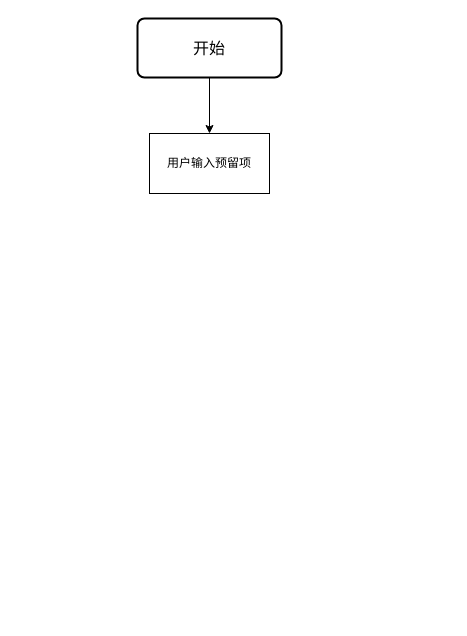
wangzihan963/hello-little-white keeps this draw.io diagram as 未命名绘图.drawio. Above is the earlier version. Source tidied: cells renumbered, new cells numbered last; positions are measured from the earlier drawing's top-left corner, leaving out a move shared by most shapes. Both pictures are drawn from the tidied source at 100%, with x=0, y=0 at pixel (137, 18).
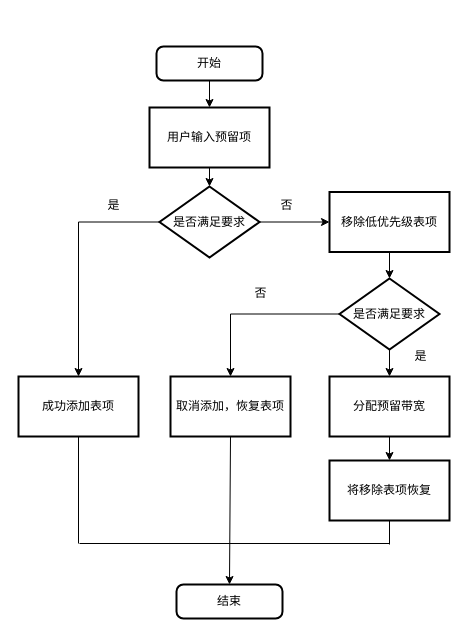
After the change.

Diff of the diagram source:
```diff
@@
-    <mxCell id="2" value="&lt;font style=&quot;font-size: 16px;&quot;&gt;开始&lt;/font&gt;" style="rounded=1;whiteSpace=wrap;html=1;absoluteArcSize=1;arcSize=14;strokeWidth=2;" parent="1" vertex="1">
-      <mxGeometry width="144" height="59" as="geometry" />
+    <mxCell id="2" value="&lt;font style=&quot;font-size: 12px;&quot;&gt;开始&lt;/font&gt;" style="rounded=1;whiteSpace=wrap;html=1;absoluteArcSize=1;arcSize=14;strokeWidth=2;" parent="1" vertex="1">
+      <mxGeometry x="19" y="28" width="106" height="34" as="geometry" />
     </mxCell>
-    <mxCell id="3" value="用户输入预留项" style="rounded=0;whiteSpace=wrap;html=1;" parent="1" vertex="1">
-      <mxGeometry x="12" y="115" width="120" height="60" as="geometry" />
+    <mxCell id="3" value="用户输入预留项" style="rounded=0;whiteSpace=wrap;html=1;strokeWidth=2;" parent="1" vertex="1">
+      <mxGeometry x="12" y="89" width="120" height="60" as="geometry" />
     </mxCell>
@@
+    <mxCell id="5" style="edgeStyle=orthogonalEdgeStyle;rounded=0;jettySize=auto;html=1;" parent="1" edge="1" source="7" target="10">
+      <mxGeometry relative="1" as="geometry" />
+    </mxCell>
+    <mxCell id="6" style="edgeStyle=orthogonalEdgeStyle;rounded=0;jettySize=auto;html=1;" parent="1" edge="1" source="7" target="15">
+      <mxGeometry relative="1" as="geometry" />
+    </mxCell>
+    <mxCell id="7" value="是否满足要求" style="strokeWidth=2;html=1;shape=mxgraph.flowchart.decision;whiteSpace=wrap;" parent="1" vertex="1">
+      <mxGeometry x="22" y="168" width="100" height="71" as="geometry" />
+    </mxCell>
+    <mxCell id="8" style="endArrow=classic;html=1;rounded=0;exitX=0.5;exitY=1;exitDx=0;exitDy=0;entryX=0.5;entryY=0;entryDx=0;entryDy=0;entryPerimeter=0;" parent="1" edge="1" source="3" target="7">
+      <mxGeometry relative="1" as="geometry" />
+    </mxCell>
+    <mxCell id="9" style="edgeStyle=orthogonalEdgeStyle;rounded=0;jettySize=auto;html=1;" parent="1" edge="1" source="10" target="14">
+      <mxGeometry relative="1" as="geometry" />
+    </mxCell>
+    <mxCell id="10" value="移除低优先级表项" style="whiteSpace=wrap;html=1;strokeWidth=2;" parent="1" vertex="1">
+      <mxGeometry x="192" y="173.5" width="120" height="60" as="geometry" />
+    </mxCell>
+    <mxCell id="11" value="否" style="text;html=1;align=center;verticalAlign=middle;strokeColor=none;fillColor=none;" parent="1" vertex="1">
+      <mxGeometry x="134" y="173.5" width="30" height="26" as="geometry" />
+    </mxCell>
+    <mxCell id="12" style="edgeStyle=orthogonalEdgeStyle;rounded=0;jettySize=auto;html=1;" parent="1" edge="1" source="14" target="18">
+      <mxGeometry relative="1" as="geometry" />
+    </mxCell>
+    <mxCell id="13" style="edgeStyle=orthogonalEdgeStyle;rounded=0;jettySize=auto;html=1;" parent="1" edge="1" source="14" target="21">
+      <mxGeometry relative="1" as="geometry" />
+    </mxCell>
+    <mxCell id="14" value="是否满足要求" style="rhombus;whiteSpace=wrap;html=1;strokeWidth=2;" parent="1" vertex="1">
+      <mxGeometry x="202" y="260" width="100" height="71" as="geometry" />
+    </mxCell>
+    <mxCell id="15" value="成功添加表项" style="whiteSpace=wrap;html=1;strokeWidth=2;" parent="1" vertex="1">
+      <mxGeometry x="-119" y="358" width="120" height="60" as="geometry" />
+    </mxCell>
+    <mxCell id="16" value="是" style="text;html=1;align=center;verticalAlign=middle;strokeColor=none;fillColor=none;" parent="1" vertex="1">
+      <mxGeometry x="-39" y="173.5" width="30" height="26" as="geometry" />
+    </mxCell>
+    <mxCell id="17" style="edgeStyle=orthogonalEdgeStyle;rounded=0;jettySize=auto;html=1;" parent="1" edge="1" source="18" target="19">
+      <mxGeometry relative="1" as="geometry" />
+    </mxCell>
+    <mxCell id="18" value="分配预留带宽" style="whiteSpace=wrap;html=1;strokeWidth=2;" parent="1" vertex="1">
+      <mxGeometry x="192" y="358" width="120" height="60" as="geometry" />
+    </mxCell>
+    <mxCell id="19" value="将移除表项恢复" style="whiteSpace=wrap;html=1;strokeWidth=2;" parent="1" vertex="1">
+      <mxGeometry x="192" y="442" width="120" height="60" as="geometry" />
+    </mxCell>
+    <mxCell id="20" value="是" style="text;html=1;align=center;verticalAlign=middle;strokeColor=none;fillColor=none;" parent="1" vertex="1">
+      <mxGeometry x="268" y="325" width="30" height="26" as="geometry" />
+    </mxCell>
+    <mxCell id="21" value="取消添加，恢复表项" style="whiteSpace=wrap;html=1;strokeWidth=2;" parent="1" vertex="1">
+      <mxGeometry x="33" y="358" width="120" height="60" as="geometry" />
+    </mxCell>
+    <mxCell id="22" value="否" style="text;html=1;align=center;verticalAlign=middle;strokeColor=none;fillColor=none;" parent="1" vertex="1">
+      <mxGeometry x="108" y="262" width="30" height="26" as="geometry" />
+    </mxCell>
+    <mxCell id="23" style="endArrow=none;html=1;rounded=0;exitX=0.5;exitY=1;exitDx=0;exitDy=0;" parent="1" edge="1" source="15">
+      <mxGeometry relative="1" as="geometry">
+        <mxPoint x="-59" y="525" as="targetPoint" />
+      </mxGeometry>
+    </mxCell>
+    <mxCell id="24" style="endArrow=none;html=1;rounded=0;exitX=0.5;exitY=1;exitDx=0;exitDy=0;" parent="1" edge="1" source="19">
+      <mxGeometry relative="1" as="geometry">
+        <mxPoint x="252" y="526" as="targetPoint" />
+      </mxGeometry>
+    </mxCell>
+    <mxCell id="25" style="endArrow=none;html=1;rounded=0;" parent="1" edge="1">
+      <mxGeometry relative="1" as="geometry">
+        <mxPoint x="-58" y="525" as="sourcePoint" />
+        <mxPoint x="252" y="525" as="targetPoint" />
+      </mxGeometry>
+    </mxCell>
+    <mxCell id="26" value="结束" style="rounded=1;whiteSpace=wrap;html=1;absoluteArcSize=1;arcSize=14;strokeWidth=2;" parent="1" vertex="1">
+      <mxGeometry x="39" y="566" width="106" height="34" as="geometry" />
+    </mxCell>
+    <mxCell id="27" style="endArrow=classic;html=1;rounded=0;exitX=0.5;exitY=1;exitDx=0;exitDy=0;entryX=0.5;entryY=0;entryDx=0;entryDy=0;" parent="1" edge="1" source="21" target="26">
+      <mxGeometry relative="1" as="geometry" />
+    </mxCell>
```
